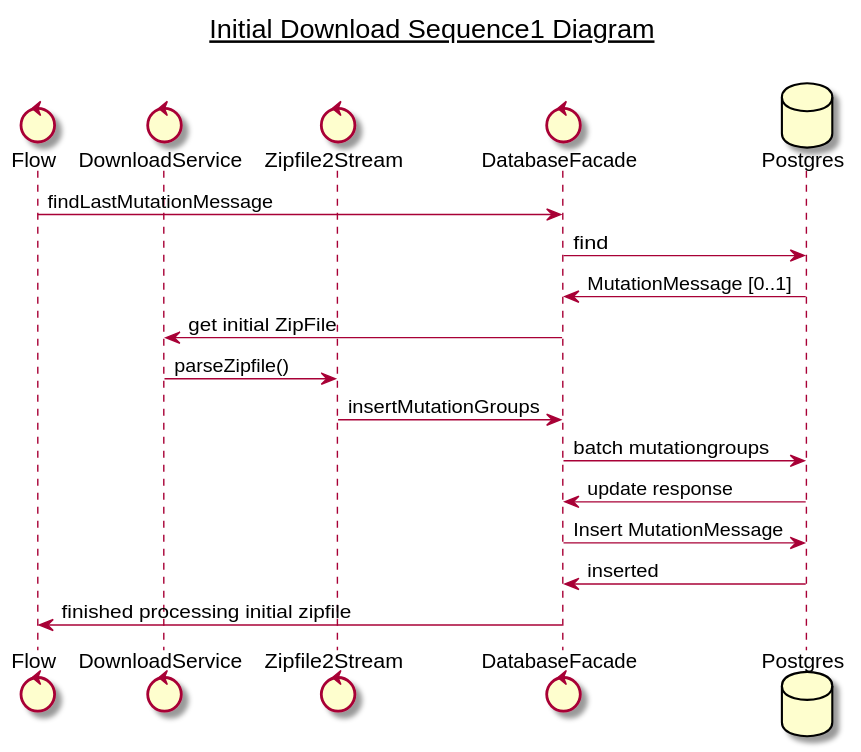
Earlier version of the PlantUML export img/programInitial.svg (PDOK/delta-download-ref-impl).
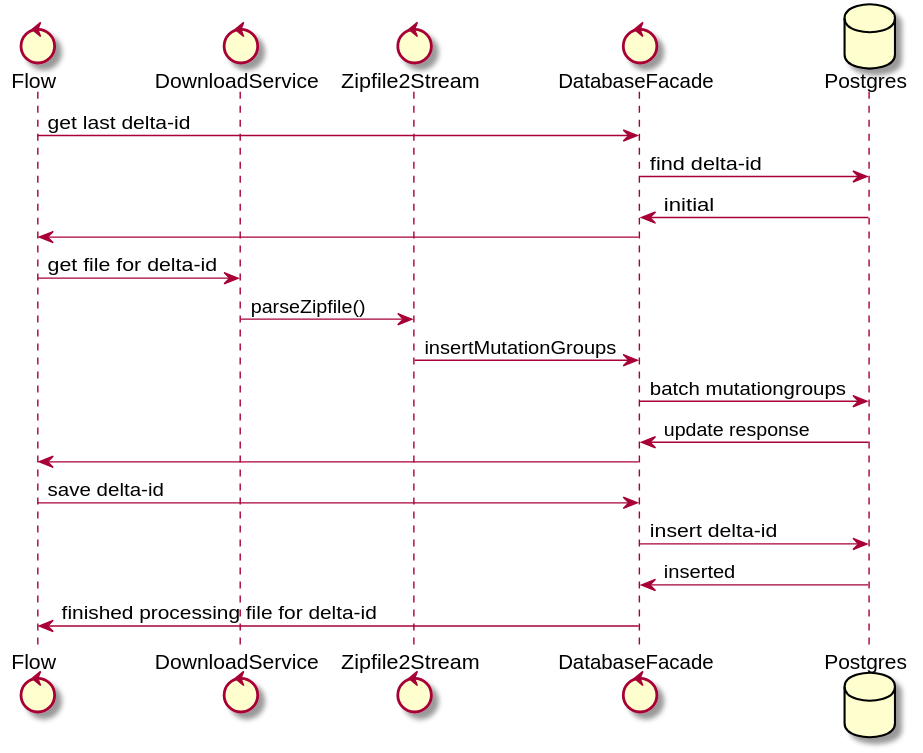
Later version of the same file.

Change to the diagram source:
```diff
@@ -1,6 +1,4 @@
 @startuml img/programInitial
-
-title __Initial Download Sequence1 Diagram__\n
 
 control Flow
 
@@ -10,18 +8,20 @@
 control DatabaseFacade
 database Postgres
 
-Flow -> DatabaseFacade: findLastMutationMessage
-DatabaseFacade -> Postgres : find
-Postgres -> DatabaseFacade: MutationMessage [0..1]
+Flow -> DatabaseFacade: get last delta-id
+DatabaseFacade -> Postgres : find delta-id
+Postgres -> DatabaseFacade: initial
+DatabaseFacade -> Flow
 
-DatabaseFacade -> DownloadService : get initial ZipFile
+Flow -> DownloadService : get file for delta-id
 DownloadService -> Zipfile2Stream : parseZipfile()
-
 Zipfile2Stream -> DatabaseFacade : insertMutationGroups
 DatabaseFacade -> Postgres : batch mutationgroups
 Postgres -> DatabaseFacade: update response
-DatabaseFacade -> Postgres: Insert MutationMessage
+DatabaseFacade -> Flow
+Flow -> DatabaseFacade: save delta-id
+DatabaseFacade -> Postgres: insert delta-id
 Postgres -> DatabaseFacade: inserted
-DatabaseFacade -> Flow: finished processing initial zipfile
+DatabaseFacade -> Flow: finished processing file for delta-id
 
 @enduml
```
